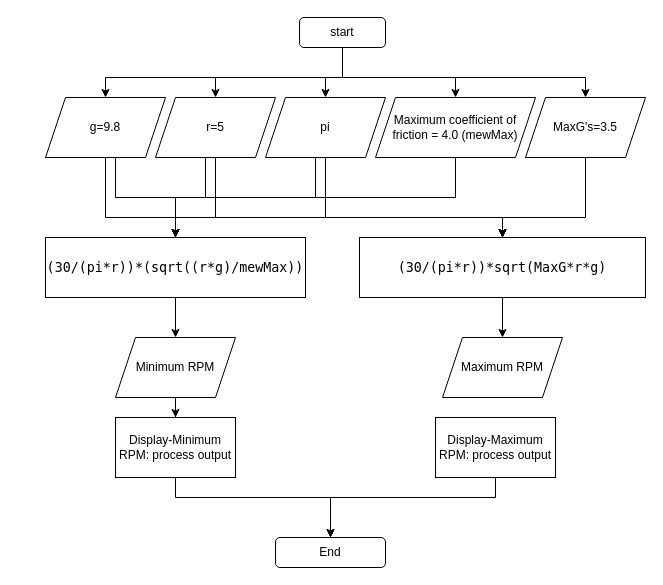
The draw.io diagram Untitled Diagram.drawio in ShhhhTheBaby/draw.io, before the edit. Source tidied: cells renumbered, new cells numbered last; positions are measured from the earlier drawing's top-left corner, leaving out a move shared by most shapes. Both pictures are drawn from the tidied source at 100%, with x=0, y=0 at pixel (45, 17).
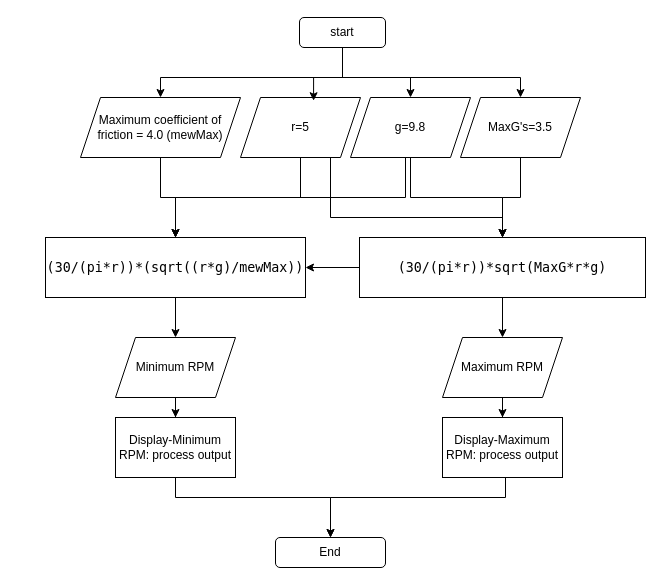
The same diagram, later.

Unchanged cells that the change refers to:
```xml
<mxCell id="16" value="&lt;div style=&quot;padding: 30px; font-size: medium; text-align: start;&quot; class=&quot;rtcContent&quot;&gt;&lt;div style=&quot;font-size: 10pt; font-family: Menlo, Monaco, Consolas, &amp;quot;Courier New&amp;quot;, monospace;&quot; class=&quot;lineNode&quot;&gt;&lt;span style=&quot;white-space: pre;&quot;&gt;(30/(pi*r))*(sqrt((r*g)/mewMax))&lt;/span&gt;&lt;/div&gt;&lt;/div&gt;" style="rounded=0;whiteSpace=wrap;html=1;" parent="1" vertex="1">
  <mxGeometry y="220" width="260" height="60" as="geometry" />
</mxCell>
<mxCell id="18" value="&lt;div style=&quot;padding: 30px; font-size: medium; text-align: start;&quot; class=&quot;rtcContent&quot;&gt;&lt;div style=&quot;font-size: 10pt; font-family: Menlo, Monaco, Consolas, &amp;quot;Courier New&amp;quot;, monospace;&quot; class=&quot;lineNode&quot;&gt;&lt;span style=&quot;white-space: pre;&quot;&gt;(30/(pi*r))*sqrt(MaxG*r*g)&lt;/span&gt;&lt;/div&gt;&lt;/div&gt;" style="rounded=0;whiteSpace=wrap;html=1;" parent="1" vertex="1">
  <mxGeometry x="314" y="220" width="286" height="60" as="geometry" />
</mxCell>
<mxCell id="21" value="Maximum RPM" style="shape=parallelogram;perimeter=parallelogramPerimeter;whiteSpace=wrap;html=1;fixedSize=1;" parent="1" vertex="1">
  <mxGeometry x="397" y="320" width="120" height="60" as="geometry" />
</mxCell>
<mxCell id="27" value="start" style="rounded=1;whiteSpace=wrap;html=1;" parent="1" vertex="1">
  <mxGeometry x="254" width="86" height="30" as="geometry" />
</mxCell>
<mxCell id="28" value="End" style="rounded=1;whiteSpace=wrap;html=1;" parent="1" vertex="1">
  <mxGeometry x="230" y="520" width="110" height="30" as="geometry" />
</mxCell>
```

Change to the diagram source:
```diff
@@
-    <mxCell id="2" style="edgeStyle=orthogonalEdgeStyle;rounded=0;jettySize=auto;html=1;exitX=0.5;exitY=1;exitDx=0;exitDy=0;entryX=0.5;entryY=0;entryDx=0;entryDy=0;" parent="1" edge="1" source="4" target="18">
-      <mxGeometry relative="1" as="geometry">
-        <Array as="points">
-          <mxPoint x="280" y="200" />
-          <mxPoint x="457" y="200" />
-        </Array>
-      </mxGeometry>
-    </mxCell>
-    <mxCell id="3" style="edgeStyle=orthogonalEdgeStyle;rounded=0;jettySize=auto;html=1;entryX=0.5;entryY=0;entryDx=0;entryDy=0;" parent="1" edge="1" source="4" target="16">
-      <mxGeometry relative="1" as="geometry">
-        <Array as="points">
-          <mxPoint x="270" y="180" />
-          <mxPoint x="130" y="180" />
-        </Array>
-      </mxGeometry>
-    </mxCell>
-    <mxCell id="4" value="pi" style="shape=parallelogram;perimeter=parallelogramPerimeter;whiteSpace=wrap;html=1;fixedSize=1;" parent="1" vertex="1">
-      <mxGeometry x="220" y="80" width="120" height="60" as="geometry" />
-    </mxCell>
     <mxCell id="5" style="edgeStyle=orthogonalEdgeStyle;rounded=0;jettySize=auto;html=1;entryX=0.5;entryY=0;entryDx=0;entryDy=0;" parent="1" edge="1" source="6" target="16">
-      <mxGeometry relative="1" as="geometry">
-        <Array as="points">
-          <mxPoint x="410" y="180" />
-          <mxPoint x="130" y="180" />
-        </Array>
-      </mxGeometry>
+      <mxGeometry relative="1" as="geometry" />
     </mxCell>
     <mxCell id="6" value="Maximum coefficient of friction = 4.0 (mewMax)" style="shape=parallelogram;perimeter=parallelogramPerimeter;whiteSpace=wrap;html=1;fixedSize=1;" parent="1" vertex="1">
-      <mxGeometry x="330" y="80" width="160" height="60" as="geometry" />
+      <mxGeometry x="35" y="80" width="160" height="60" as="geometry" />
     </mxCell>
-    <mxCell id="7" style="edgeStyle=orthogonalEdgeStyle;rounded=0;jettySize=auto;html=1;" parent="1" edge="1" source="8" target="18">
+    <mxCell id="7" style="edgeStyle=orthogonalEdgeStyle;rounded=0;jettySize=auto;html=1;entryX=0.5;entryY=0;entryDx=0;entryDy=0;" parent="1" edge="1" source="8" target="18">
       <mxGeometry relative="1" as="geometry">
         <Array as="points">
-          <mxPoint x="540" y="200" />
-          <mxPoint x="457" y="200" />
+          <mxPoint x="475" y="180" />
+          <mxPoint x="457" y="180" />
         </Array>
       </mxGeometry>
     </mxCell>
     <mxCell id="8" value="MaxG's=3.5" style="shape=parallelogram;perimeter=parallelogramPerimeter;whiteSpace=wrap;html=1;fixedSize=1;" parent="1" vertex="1">
-      <mxGeometry x="480" y="80" width="120" height="60" as="geometry" />
+      <mxGeometry x="415" y="80" width="120" height="60" as="geometry" />
     </mxCell>
+    <mxCell id="10" style="edgeStyle=orthogonalEdgeStyle;rounded=0;jettySize=auto;html=1;entryX=0.5;entryY=0;entryDx=0;entryDy=0;" parent="1" edge="1" source="11" target="16">
+      <mxGeometry relative="1" as="geometry" />
+    </mxCell>
-    <mxCell id="9" style="edgeStyle=orthogonalEdgeStyle;rounded=0;jettySize=auto;html=1;exitX=0.5;exitY=1;exitDx=0;exitDy=0;entryX=0.5;entryY=0;entryDx=0;entryDy=0;" parent="1" edge="1" source="11" target="18">
+    <mxCell id="9" style="edgeStyle=orthogonalEdgeStyle;rounded=0;jettySize=auto;html=1;exitX=0.75;exitY=1;exitDx=0;exitDy=0;" parent="1" edge="1" source="11" target="18">
       <mxGeometry relative="1" as="geometry">
         <Array as="points">
-          <mxPoint x="170" y="200" />
+          <mxPoint x="285" y="200" />
           <mxPoint x="457" y="200" />
         </Array>
       </mxGeometry>
     </mxCell>
-    <mxCell id="10" style="edgeStyle=orthogonalEdgeStyle;rounded=0;jettySize=auto;html=1;entryX=0.5;entryY=0;entryDx=0;entryDy=0;" parent="1" edge="1" source="11" target="16">
-      <mxGeometry relative="1" as="geometry">
-        <Array as="points">
-          <mxPoint x="160" y="180" />
-          <mxPoint x="130" y="180" />
-        </Array>
-      </mxGeometry>
-    </mxCell>
     <mxCell id="11" value="r=5" style="shape=parallelogram;perimeter=parallelogramPerimeter;whiteSpace=wrap;html=1;fixedSize=1;" parent="1" vertex="1">
-      <mxGeometry x="110" y="80" width="120" height="60" as="geometry" />
+      <mxGeometry x="195" y="80" width="120" height="60" as="geometry" />
     </mxCell>
+    <mxCell id="13" style="edgeStyle=orthogonalEdgeStyle;rounded=0;jettySize=auto;html=1;entryX=0.5;entryY=0;entryDx=0;entryDy=0;" parent="1" edge="1" source="14" target="16">
+      <mxGeometry relative="1" as="geometry">
+        <Array as="points">
+          <mxPoint x="360" y="180" />
+          <mxPoint x="130" y="180" />
+        </Array>
+      </mxGeometry>
+    </mxCell>
-    <mxCell id="12" style="edgeStyle=orthogonalEdgeStyle;rounded=0;jettySize=auto;html=1;entryX=0.5;entryY=0;entryDx=0;entryDy=0;" parent="1" edge="1" source="14" target="18">
-      <mxGeometry relative="1" as="geometry">
-        <Array as="points">
-          <mxPoint x="60" y="200" />
-          <mxPoint x="457" y="200" />
-        </Array>
-      </mxGeometry>
+    <mxCell id="12" style="edgeStyle=orthogonalEdgeStyle;rounded=0;jettySize=auto;html=1;exitX=0.5;exitY=1;exitDx=0;exitDy=0;entryX=0.5;entryY=0;entryDx=0;entryDy=0;" parent="1" edge="1" source="14" target="18">
+      <mxGeometry relative="1" as="geometry" />
     </mxCell>
-    <mxCell id="13" style="edgeStyle=orthogonalEdgeStyle;rounded=0;jettySize=auto;html=1;entryX=0.5;entryY=0;entryDx=0;entryDy=0;" parent="1" edge="1" source="14" target="16">
-      <mxGeometry relative="1" as="geometry">
-        <Array as="points">
-          <mxPoint x="70" y="180" />
-          <mxPoint x="130" y="180" />
-        </Array>
-      </mxGeometry>
-    </mxCell>
     <mxCell id="14" value="g=9.8" style="shape=parallelogram;perimeter=parallelogramPerimeter;whiteSpace=wrap;html=1;fixedSize=1;" parent="1" vertex="1">
-      <mxGeometry y="80" width="120" height="60" as="geometry" />
+      <mxGeometry x="305" y="80" width="120" height="60" as="geometry" />
     </mxCell>
@@
+    <mxCell id="33" style="edgeStyle=orthogonalEdgeStyle;rounded=0;jettySize=auto;html=1;" parent="1" edge="1" source="18" target="16">
+      <mxGeometry relative="1" as="geometry" />
+    </mxCell>
@@
+    <mxCell id="34" style="edgeStyle=orthogonalEdgeStyle;rounded=0;jettySize=auto;html=1;entryX=0.5;entryY=0;entryDx=0;entryDy=0;" parent="1" edge="1" source="21" target="32">
+      <mxGeometry relative="1" as="geometry" />
+    </mxCell>
@@
+    <mxCell id="25" style="edgeStyle=orthogonalEdgeStyle;rounded=0;jettySize=auto;html=1;" parent="1" edge="1" source="27" target="14">
+      <mxGeometry relative="1" as="geometry">
+        <Array as="points">
+          <mxPoint x="297" y="60" />
+          <mxPoint x="365" y="60" />
+        </Array>
+      </mxGeometry>
+    </mxCell>
-    <mxCell id="22" style="edgeStyle=orthogonalEdgeStyle;rounded=0;jettySize=auto;html=1;" parent="1" edge="1" source="27" target="6">
+    <mxCell id="22" style="edgeStyle=orthogonalEdgeStyle;rounded=0;jettySize=auto;html=1;entryX=0.5;entryY=0;entryDx=0;entryDy=0;" parent="1" edge="1" source="27" target="6">
       <mxGeometry relative="1" as="geometry">
         <Array as="points">
           <mxPoint x="297" y="60" />
-          <mxPoint x="410" y="60" />
+          <mxPoint x="115" y="60" />
         </Array>
       </mxGeometry>
     </mxCell>
-    <mxCell id="23" style="edgeStyle=orthogonalEdgeStyle;rounded=0;jettySize=auto;html=1;entryX=0.5;entryY=0;entryDx=0;entryDy=0;" parent="1" edge="1" source="27" target="4">
-      <mxGeometry relative="1" as="geometry">
-        <Array as="points">
-          <mxPoint x="297" y="60" />
-          <mxPoint x="280" y="60" />
-        </Array>
-      </mxGeometry>
-    </mxCell>
-    <mxCell id="24" style="edgeStyle=orthogonalEdgeStyle;rounded=0;jettySize=auto;html=1;entryX=0.5;entryY=0;entryDx=0;entryDy=0;" parent="1" edge="1" source="27" target="11">
-      <mxGeometry relative="1" as="geometry">
-        <Array as="points">
-          <mxPoint x="297" y="60" />
-          <mxPoint x="170" y="60" />
-        </Array>
-      </mxGeometry>
-    </mxCell>
-    <mxCell id="25" style="edgeStyle=orthogonalEdgeStyle;rounded=0;jettySize=auto;html=1;entryX=0.5;entryY=0;entryDx=0;entryDy=0;" parent="1" edge="1" source="27" target="14">
-      <mxGeometry relative="1" as="geometry">
-        <Array as="points">
-          <mxPoint x="297" y="60" />
-          <mxPoint x="60" y="60" />
-        </Array>
-      </mxGeometry>
-    </mxCell>
     <mxCell id="26" style="edgeStyle=orthogonalEdgeStyle;rounded=0;jettySize=auto;html=1;" parent="1" edge="1" source="27" target="8">
       <mxGeometry relative="1" as="geometry">
         <Array as="points">
           <mxPoint x="297" y="60" />
-          <mxPoint x="540" y="60" />
+          <mxPoint x="475" y="60" />
         </Array>
       </mxGeometry>
     </mxCell>
@@
     <mxCell id="31" style="edgeStyle=orthogonalEdgeStyle;rounded=0;jettySize=auto;html=1;entryX=0.5;entryY=0;entryDx=0;entryDy=0;" parent="1" edge="1" source="32" target="28">
       <mxGeometry relative="1" as="geometry">
         <Array as="points">
-          <mxPoint x="450" y="480" />
+          <mxPoint x="460" y="480" />
           <mxPoint x="285" y="480" />
         </Array>
       </mxGeometry>
     </mxCell>
     <mxCell id="32" value="Display-Maximum RPM: process output" style="whiteSpace=wrap;html=1;" parent="1" vertex="1">
-      <mxGeometry x="390" y="400" width="120" height="60" as="geometry" />
+      <mxGeometry x="397" y="400" width="120" height="60" as="geometry" />
     </mxCell>
+    <mxCell id="24" style="edgeStyle=orthogonalEdgeStyle;rounded=0;jettySize=auto;html=1;entryX=0.609;entryY=0.054;entryDx=0;entryDy=0;entryPerimeter=0;" parent="1" edge="1" source="27" target="11">
+      <mxGeometry relative="1" as="geometry">
+        <Array as="points">
+          <mxPoint x="297" y="60" />
+          <mxPoint x="268" y="60" />
+        </Array>
+      </mxGeometry>
+    </mxCell>
```
